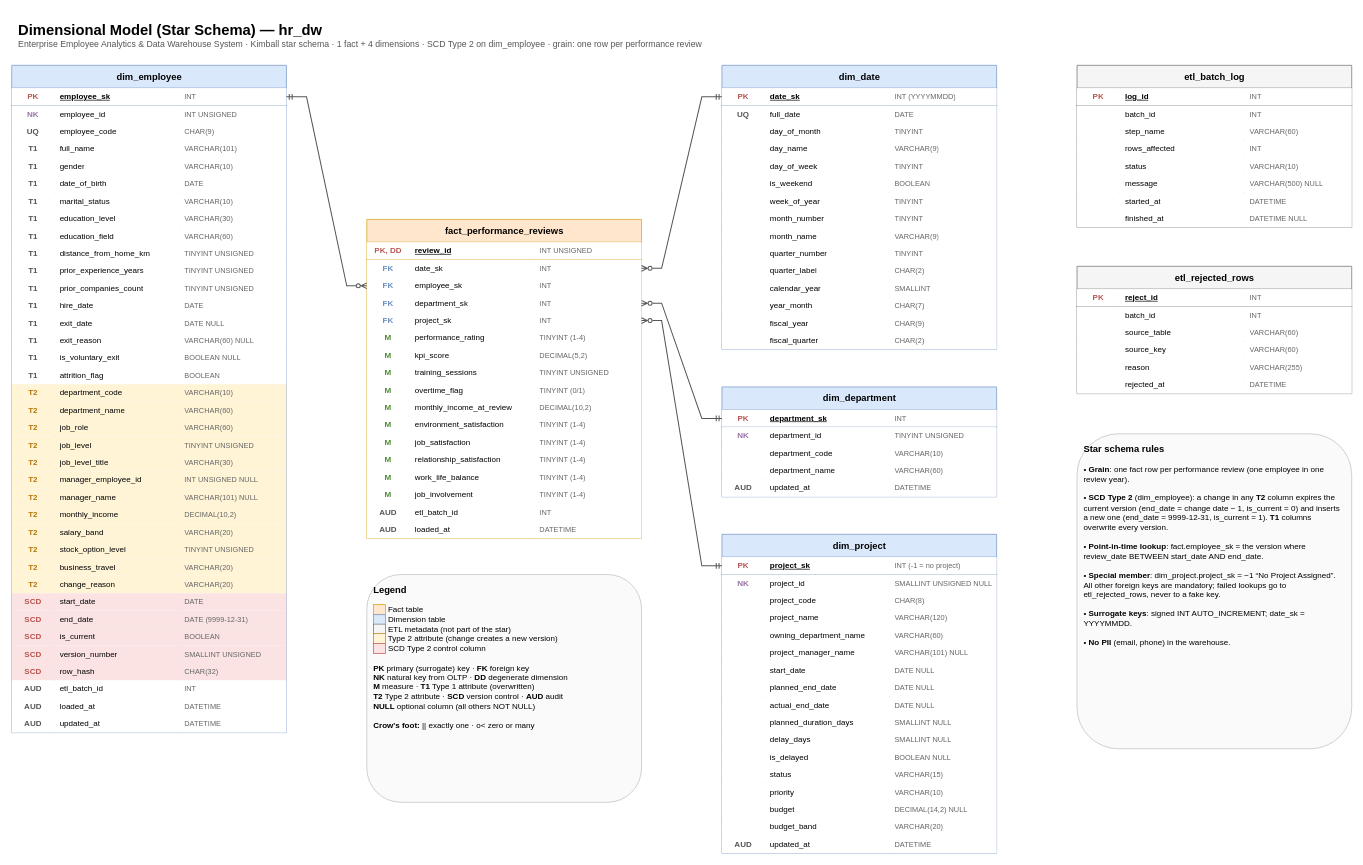
This is diagrams/dw_star_schema.drawio from vnr-nitish/v4c-miniproject-greenfield, a draw.io file, before an edit. Source tidied: cells renumbered, new cells numbered last; positions are measured from the earlier drawing's top-left corner, leaving out a move shared by most shapes. Both pictures are drawn from the tidied source at 67%, with x=0, y=0 at pixel (11, 11).
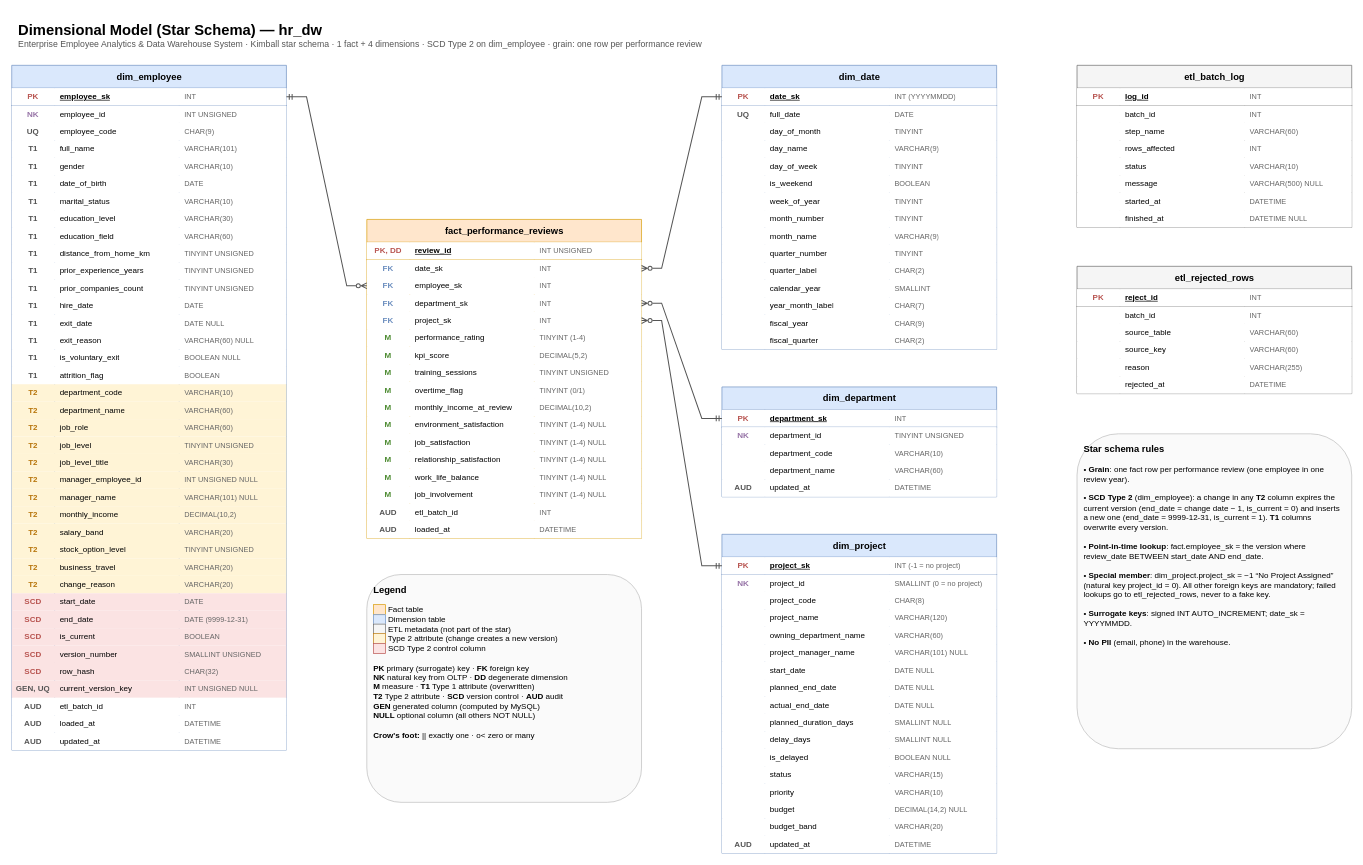
After the change.

The change refers to these unchanged cells:
```xml
<mxCell id="193" style="shape=tableRow;horizontal=0;startSize=0;swimlaneHead=0;swimlaneBody=0;fillColor=#FFFFFF;top=0;left=0;right=0;bottom=0;strokeColor=#d79b00;html=1;" parent="152" vertex="1">
  <mxGeometry y="294" width="410" height="26" as="geometry" />
</mxCell>
<mxCell id="197" style="shape=tableRow;horizontal=0;startSize=0;swimlaneHead=0;swimlaneBody=0;fillColor=#FFFFFF;top=0;left=0;right=0;bottom=0;strokeColor=#d79b00;html=1;" parent="152" vertex="1">
  <mxGeometry y="320" width="410" height="26" as="geometry" />
</mxCell>
<mxCell id="201" style="shape=tableRow;horizontal=0;startSize=0;swimlaneHead=0;swimlaneBody=0;fillColor=#FFFFFF;top=0;left=0;right=0;bottom=0;strokeColor=#d79b00;html=1;" parent="152" vertex="1">
  <mxGeometry y="346" width="410" height="26" as="geometry" />
</mxCell>
<mxCell id="205" style="shape=tableRow;horizontal=0;startSize=0;swimlaneHead=0;swimlaneBody=0;fillColor=#FFFFFF;top=0;left=0;right=0;bottom=0;strokeColor=#d79b00;html=1;" parent="152" vertex="1">
  <mxGeometry y="372" width="410" height="26" as="geometry" />
</mxCell>
<mxCell id="209" style="shape=tableRow;horizontal=0;startSize=0;swimlaneHead=0;swimlaneBody=0;fillColor=#FFFFFF;top=0;left=0;right=0;bottom=0;strokeColor=#d79b00;html=1;" parent="152" vertex="1">
  <mxGeometry y="398" width="410" height="26" as="geometry" />
</mxCell>
<mxCell id="291" style="shape=tableRow;horizontal=0;startSize=0;swimlaneHead=0;swimlaneBody=0;fillColor=#FFFFFF;top=0;left=0;right=0;bottom=0;strokeColor=#6c8ebf;html=1;" parent="242" vertex="1">
  <mxGeometry y="346" width="410" height="26" as="geometry" />
</mxCell>
<mxCell id="308" style="shape=tableRow;horizontal=0;startSize=0;swimlaneHead=0;swimlaneBody=0;fillColor=#FFFFFF;top=0;left=0;right=0;bottom=0;strokeColor=#6c8ebf;html=1;" parent="303" vertex="1">
  <mxGeometry y="60" width="410" height="26" as="geometry" />
</mxCell>
```

The edit, as a diff of the source:
```diff
@@
     <mxCell id="3" value="dim_employee" style="shape=table;startSize=34;childLayout=tableLayout;rowLines=0;fontStyle=1;align=center;html=1;fillColor=#dae8fc;strokeColor=#6c8ebf;fontSize=14;" parent="1" vertex="1">
-      <mxGeometry y="80" width="410" height="996" as="geometry" />
+      <mxGeometry y="80" width="410" height="1022" as="geometry" />
     </mxCell>
@@
+    <mxCell id="436" style="shape=tableRow;horizontal=0;startSize=0;swimlaneHead=0;swimlaneBody=0;fillColor=#FBE3E3;top=0;left=0;right=0;bottom=0;strokeColor=#6c8ebf;html=1;" parent="3" vertex="1">
+      <mxGeometry y="918" width="410" height="26" as="geometry" />
+    </mxCell>
+    <mxCell id="437" value="GEN, UQ" style="shape=partialRectangle;fillColor=none;top=0;left=0;bottom=0;right=0;overflow=hidden;whiteSpace=wrap;html=1;fontSize=12;fontStyle=1;align=center;fontColor=#555555;" parent="436" vertex="1">
+      <mxGeometry width="64" height="26" as="geometry" />
+    </mxCell>
+    <mxCell id="438" value="current_version_key" style="shape=partialRectangle;fillColor=none;top=0;left=0;bottom=0;right=0;overflow=hidden;whiteSpace=wrap;html=1;fontSize=12;fontStyle=0;align=left;spacingLeft=6;" parent="436" vertex="1">
+      <mxGeometry x="64" width="186" height="26" as="geometry" />
+    </mxCell>
+    <mxCell id="439" value="INT UNSIGNED NULL" style="shape=partialRectangle;fillColor=none;top=0;left=0;bottom=0;right=0;overflow=hidden;whiteSpace=wrap;html=1;fontSize=12;align=left;spacingLeft=6;fontColor=#666666;fontSize=11;" parent="436" vertex="1">
+      <mxGeometry x="250" width="160" height="26" as="geometry" />
+    </mxCell>
     <mxCell id="140" style="shape=tableRow;horizontal=0;startSize=0;swimlaneHead=0;swimlaneBody=0;fillColor=#FFFFFF;top=0;left=0;right=0;bottom=0;strokeColor=#6c8ebf;html=1;" parent="3" vertex="1">
-      <mxGeometry y="918" width="410" height="26" as="geometry" />
+      <mxGeometry y="944" width="410" height="26" as="geometry" />
     </mxCell>
@@
     <mxCell id="144" style="shape=tableRow;horizontal=0;startSize=0;swimlaneHead=0;swimlaneBody=0;fillColor=#FFFFFF;top=0;left=0;right=0;bottom=0;strokeColor=#6c8ebf;html=1;" parent="3" vertex="1">
-      <mxGeometry y="944" width="410" height="26" as="geometry" />
+      <mxGeometry y="970" width="410" height="26" as="geometry" />
     </mxCell>
@@
     <mxCell id="148" style="shape=tableRow;horizontal=0;startSize=0;swimlaneHead=0;swimlaneBody=0;fillColor=#FFFFFF;top=0;left=0;right=0;bottom=0;strokeColor=#6c8ebf;html=1;" parent="3" vertex="1">
-      <mxGeometry y="970" width="410" height="26" as="geometry" />
+      <mxGeometry y="996" width="410" height="26" as="geometry" />
     </mxCell>
@@
-    <mxCell id="196" value="TINYINT (1-4)" style="shape=partialRectangle;fillColor=none;top=0;left=0;bottom=0;right=0;overflow=hidden;whiteSpace=wrap;html=1;fontSize=12;align=left;spacingLeft=6;fontColor=#666666;fontSize=11;" parent="193" vertex="1">
+    <mxCell id="196" value="TINYINT (1-4) NULL" style="shape=partialRectangle;fillColor=none;top=0;left=0;bottom=0;right=0;overflow=hidden;whiteSpace=wrap;html=1;fontSize=12;align=left;spacingLeft=6;fontColor=#666666;fontSize=11;" parent="193" vertex="1">
       <mxGeometry x="250" width="160" height="26" as="geometry" />
     </mxCell>
@@
-    <mxCell id="200" value="TINYINT (1-4)" style="shape=partialRectangle;fillColor=none;top=0;left=0;bottom=0;right=0;overflow=hidden;whiteSpace=wrap;html=1;fontSize=12;align=left;spacingLeft=6;fontColor=#666666;fontSize=11;" parent="197" vertex="1">
+    <mxCell id="200" value="TINYINT (1-4) NULL" style="shape=partialRectangle;fillColor=none;top=0;left=0;bottom=0;right=0;overflow=hidden;whiteSpace=wrap;html=1;fontSize=12;align=left;spacingLeft=6;fontColor=#666666;fontSize=11;" parent="197" vertex="1">
       <mxGeometry x="250" width="160" height="26" as="geometry" />
     </mxCell>
@@
-    <mxCell id="204" value="TINYINT (1-4)" style="shape=partialRectangle;fillColor=none;top=0;left=0;bottom=0;right=0;overflow=hidden;whiteSpace=wrap;html=1;fontSize=12;align=left;spacingLeft=6;fontColor=#666666;fontSize=11;" parent="201" vertex="1">
+    <mxCell id="204" value="TINYINT (1-4) NULL" style="shape=partialRectangle;fillColor=none;top=0;left=0;bottom=0;right=0;overflow=hidden;whiteSpace=wrap;html=1;fontSize=12;align=left;spacingLeft=6;fontColor=#666666;fontSize=11;" parent="201" vertex="1">
       <mxGeometry x="250" width="160" height="26" as="geometry" />
     </mxCell>
@@
-    <mxCell id="208" value="TINYINT (1-4)" style="shape=partialRectangle;fillColor=none;top=0;left=0;bottom=0;right=0;overflow=hidden;whiteSpace=wrap;html=1;fontSize=12;align=left;spacingLeft=6;fontColor=#666666;fontSize=11;" parent="205" vertex="1">
+    <mxCell id="208" value="TINYINT (1-4) NULL" style="shape=partialRectangle;fillColor=none;top=0;left=0;bottom=0;right=0;overflow=hidden;whiteSpace=wrap;html=1;fontSize=12;align=left;spacingLeft=6;fontColor=#666666;fontSize=11;" parent="205" vertex="1">
       <mxGeometry x="250" width="160" height="26" as="geometry" />
     </mxCell>
@@
-    <mxCell id="212" value="TINYINT (1-4)" style="shape=partialRectangle;fillColor=none;top=0;left=0;bottom=0;right=0;overflow=hidden;whiteSpace=wrap;html=1;fontSize=12;align=left;spacingLeft=6;fontColor=#666666;fontSize=11;" parent="209" vertex="1">
+    <mxCell id="212" value="TINYINT (1-4) NULL" style="shape=partialRectangle;fillColor=none;top=0;left=0;bottom=0;right=0;overflow=hidden;whiteSpace=wrap;html=1;fontSize=12;align=left;spacingLeft=6;fontColor=#666666;fontSize=11;" parent="209" vertex="1">
       <mxGeometry x="250" width="160" height="26" as="geometry" />
     </mxCell>
@@
-    <mxCell id="293" value="year_month" style="shape=partialRectangle;fillColor=none;top=0;left=0;bottom=0;right=0;overflow=hidden;whiteSpace=wrap;html=1;fontSize=12;fontStyle=0;align=left;spacingLeft=6;" parent="291" vertex="1">
-      <mxGeometry x="64" width="186" height="26" as="geometry" />
-    </mxCell>
+    <mxCell id="440" value="year_month_label" style="shape=partialRectangle;fillColor=none;top=0;left=0;bottom=0;right=0;overflow=hidden;whiteSpace=wrap;html=1;fontSize=12;fontStyle=0;align=left;spacingLeft=6;" parent="291" vertex="1">
+      <mxGeometry x="64" width="186" height="26" as="geometry" />
+    </mxCell>
@@
-    <mxCell id="311" value="SMALLINT UNSIGNED NULL" style="shape=partialRectangle;fillColor=none;top=0;left=0;bottom=0;right=0;overflow=hidden;whiteSpace=wrap;html=1;fontSize=12;align=left;spacingLeft=6;fontColor=#666666;fontSize=11;" parent="308" vertex="1">
+    <mxCell id="311" value="SMALLINT (0 = no project)" style="shape=partialRectangle;fillColor=none;top=0;left=0;bottom=0;right=0;overflow=hidden;whiteSpace=wrap;html=1;fontSize=12;align=left;spacingLeft=6;fontColor=#666666;fontSize=11;" parent="308" vertex="1">
       <mxGeometry x="250" width="160" height="26" as="geometry" />
     </mxCell>
@@
-    <mxCell id="434" value="&lt;b style=&quot;font-size:14px&quot;&gt;Legend&lt;/b&gt;&lt;br&gt;&lt;br&gt;&lt;span style=&quot;background:#ffe6cc;border:1px solid #d79b00&quot;&gt;&amp;nbsp;&amp;nbsp;&amp;nbsp;&amp;nbsp;&amp;nbsp;&lt;/span&gt; Fact table&lt;br&gt;&lt;span style=&quot;background:#dae8fc;border:1px solid #6c8ebf&quot;&gt;&amp;nbsp;&amp;nbsp;&amp;nbsp;&amp;nbsp;&amp;nbsp;&lt;/span&gt; Dimension table&lt;br&gt;&lt;span style=&quot;background:#f5f5f5;border:1px solid #666666&quot;&gt;&amp;nbsp;&amp;nbsp;&amp;nbsp;&amp;nbsp;&amp;nbsp;&lt;/span&gt; ETL metadata (not part of the star)&lt;br&gt;&lt;span style=&quot;background:#FFF4D6;border:1px solid #B9770E&quot;&gt;&amp;nbsp;&amp;nbsp;&amp;nbsp;&amp;nbsp;&amp;nbsp;&lt;/span&gt; Type 2 attribute (change creates a new version)&lt;br&gt;&lt;span style=&quot;background:#FBE3E3;border:1px solid #B85450&quot;&gt;&amp;nbsp;&amp;nbsp;&amp;nbsp;&amp;nbsp;&amp;nbsp;&lt;/span&gt; SCD Type 2 control column&lt;br&gt;&lt;br&gt;&lt;b&gt;PK&lt;/b&gt; primary (surrogate) key · &lt;b&gt;FK&lt;/b&gt; foreign key&lt;br&gt;&lt;b&gt;NK&lt;/b&gt; natural key from OLTP · &lt;b&gt;DD&lt;/b&gt; degenerate dimension&lt;br&gt;&lt;b&gt;M&lt;/b&gt; measure · &lt;b&gt;T1&lt;/b&gt; Type 1 attribute (overwritten)&lt;br&gt;&lt;b&gt;T2&lt;/b&gt; Type 2 attribute · &lt;b&gt;SCD&lt;/b&gt; version control · &lt;b&gt;AUD&lt;/b&gt; audit&lt;br&gt;&lt;b&gt;NULL&lt;/b&gt; optional column (all others NOT NULL)&lt;br&gt;&lt;br&gt;&lt;b&gt;Crow's foot:&lt;/b&gt; || exactly one · o&amp;lt; zero or many" style="text;html=1;whiteSpace=wrap;align=left;verticalAlign=top;spacing=10;fillColor=#FAFAFA;strokeColor=#BBBBBB;rounded=1;" parent="1" vertex="1">
+    <mxCell id="434" value="&lt;b style=&quot;font-size:14px&quot;&gt;Legend&lt;/b&gt;&lt;br&gt;&lt;br&gt;&lt;span style=&quot;background:#ffe6cc;border:1px solid #d79b00&quot;&gt;&amp;nbsp;&amp;nbsp;&amp;nbsp;&amp;nbsp;&amp;nbsp;&lt;/span&gt; Fact table&lt;br&gt;&lt;span style=&quot;background:#dae8fc;border:1px solid #6c8ebf&quot;&gt;&amp;nbsp;&amp;nbsp;&amp;nbsp;&amp;nbsp;&amp;nbsp;&lt;/span&gt; Dimension table&lt;br&gt;&lt;span style=&quot;background:#f5f5f5;border:1px solid #666666&quot;&gt;&amp;nbsp;&amp;nbsp;&amp;nbsp;&amp;nbsp;&amp;nbsp;&lt;/span&gt; ETL metadata (not part of the star)&lt;br&gt;&lt;span style=&quot;background:#FFF4D6;border:1px solid #B9770E&quot;&gt;&amp;nbsp;&amp;nbsp;&amp;nbsp;&amp;nbsp;&amp;nbsp;&lt;/span&gt; Type 2 attribute (change creates a new version)&lt;br&gt;&lt;span style=&quot;background:#FBE3E3;border:1px solid #B85450&quot;&gt;&amp;nbsp;&amp;nbsp;&amp;nbsp;&amp;nbsp;&amp;nbsp;&lt;/span&gt; SCD Type 2 control column&lt;br&gt;&lt;br&gt;&lt;b&gt;PK&lt;/b&gt; primary (surrogate) key · &lt;b&gt;FK&lt;/b&gt; foreign key&lt;br&gt;&lt;b&gt;NK&lt;/b&gt; natural key from OLTP · &lt;b&gt;DD&lt;/b&gt; degenerate dimension&lt;br&gt;&lt;b&gt;M&lt;/b&gt; measure · &lt;b&gt;T1&lt;/b&gt; Type 1 attribute (overwritten)&lt;br&gt;&lt;b&gt;T2&lt;/b&gt; Type 2 attribute · &lt;b&gt;SCD&lt;/b&gt; version control · &lt;b&gt;AUD&lt;/b&gt; audit&lt;br&gt;&lt;b&gt;GEN&lt;/b&gt; generated column (computed by MySQL)&lt;br&gt;&lt;b&gt;NULL&lt;/b&gt; optional column (all others NOT NULL)&lt;br&gt;&lt;br&gt;&lt;b&gt;Crow's foot:&lt;/b&gt; || exactly one · o&amp;lt; zero or many" style="text;html=1;whiteSpace=wrap;align=left;verticalAlign=top;spacing=10;fillColor=#FAFAFA;strokeColor=#BBBBBB;rounded=1;" parent="1" vertex="1">
       <mxGeometry x="530" y="840" width="410" height="340" as="geometry" />
     </mxCell>
-    <mxCell id="435" value="&lt;b style=&quot;font-size:14px&quot;&gt;Star schema rules&lt;/b&gt;&lt;br&gt;&lt;br&gt;• &lt;b&gt;Grain&lt;/b&gt;: one fact row per performance review (one employee in one review year).&lt;br&gt;&lt;br&gt;• &lt;b&gt;SCD Type 2&lt;/b&gt; (dim_employee): a change in any &lt;b&gt;T2&lt;/b&gt; column expires the current version (end_date = change date − 1, is_current = 0) and inserts a new one (end_date = 9999-12-31, is_current = 1). &lt;b&gt;T1&lt;/b&gt; columns overwrite every version.&lt;br&gt;&lt;br&gt;• &lt;b&gt;Point-in-time lookup&lt;/b&gt;: fact.employee_sk = the version where review_date BETWEEN start_date AND end_date.&lt;br&gt;&lt;br&gt;• &lt;b&gt;Special member&lt;/b&gt;: dim_project.project_sk = −1 “No Project Assigned”. All other foreign keys are mandatory; failed lookups go to etl_rejected_rows, never to a fake key.&lt;br&gt;&lt;br&gt;• &lt;b&gt;Surrogate keys&lt;/b&gt;: signed INT AUTO_INCREMENT; date_sk = YYYYMMDD.&lt;br&gt;&lt;br&gt;• &lt;b&gt;No PII&lt;/b&gt; (email, phone) in the warehouse." style="text;html=1;whiteSpace=wrap;align=left;verticalAlign=top;spacing=10;fillColor=#FAFAFA;strokeColor=#BBBBBB;rounded=1;" parent="1" vertex="1">
+    <mxCell id="435" value="&lt;b style=&quot;font-size:14px&quot;&gt;Star schema rules&lt;/b&gt;&lt;br&gt;&lt;br&gt;• &lt;b&gt;Grain&lt;/b&gt;: one fact row per performance review (one employee in one review year).&lt;br&gt;&lt;br&gt;• &lt;b&gt;SCD Type 2&lt;/b&gt; (dim_employee): a change in any &lt;b&gt;T2&lt;/b&gt; column expires the current version (end_date = change date − 1, is_current = 0) and inserts a new one (end_date = 9999-12-31, is_current = 1). &lt;b&gt;T1&lt;/b&gt; columns overwrite every version.&lt;br&gt;&lt;br&gt;• &lt;b&gt;Point-in-time lookup&lt;/b&gt;: fact.employee_sk = the version where review_date BETWEEN start_date AND end_date.&lt;br&gt;&lt;br&gt;• &lt;b&gt;Special member&lt;/b&gt;: dim_project.project_sk = −1 “No Project Assigned” (natural key project_id = 0). All other foreign keys are mandatory; failed lookups go to etl_rejected_rows, never to a fake key.&lt;br&gt;&lt;br&gt;• &lt;b&gt;Surrogate keys&lt;/b&gt;: signed INT AUTO_INCREMENT; date_sk = YYYYMMDD.&lt;br&gt;&lt;br&gt;• &lt;b&gt;No PII&lt;/b&gt; (email, phone) in the warehouse." style="text;html=1;whiteSpace=wrap;align=left;verticalAlign=top;spacing=10;fillColor=#FAFAFA;strokeColor=#BBBBBB;rounded=1;" parent="1" vertex="1">
       <mxGeometry x="1590" y="630" width="410" height="470" as="geometry" />
     </mxCell>
```
